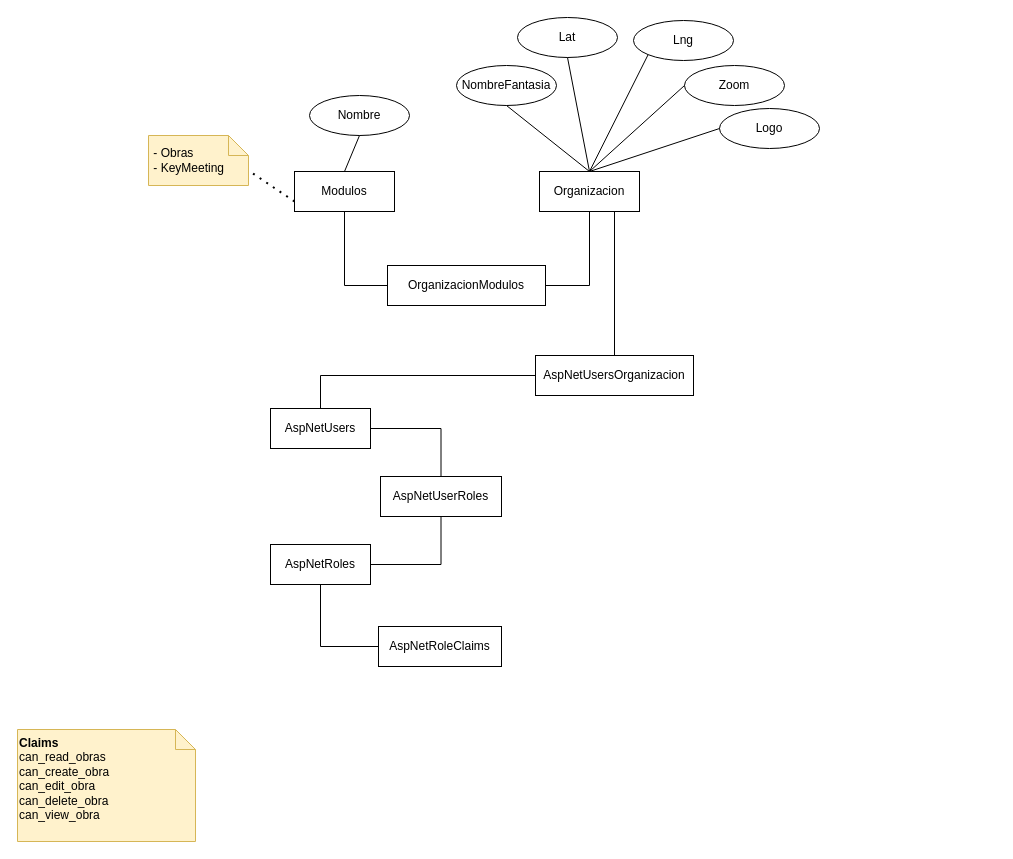
Earlier version of the draw.io diagram Diagrama sin título.drawio (notariopablomarcelo/agata). Source tidied: cells renumbered, new cells numbered last; positions are measured from the earlier drawing's top-left corner, leaving out a move shared by most shapes. Both pictures are drawn from the tidied source at 100%, with x=0, y=0 at pixel (17, 17).
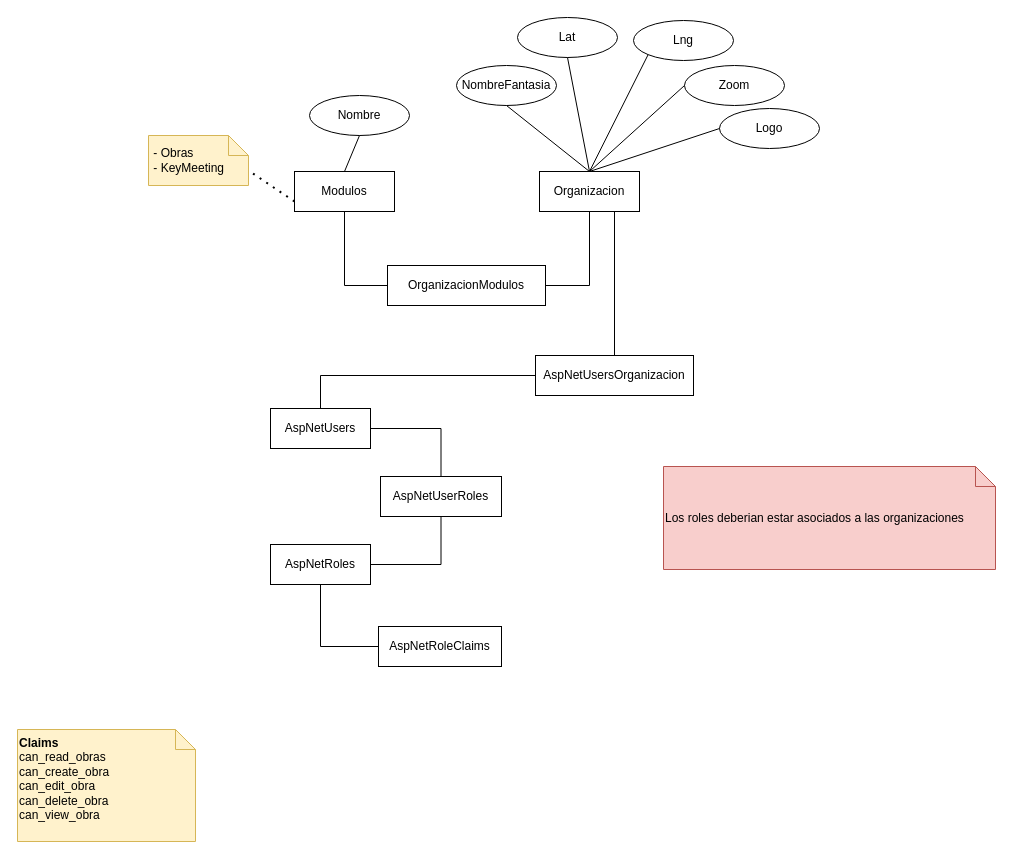
The same page after the edit.

Change to the diagram source:
```diff
@@
+    <mxCell id="32" value="Los roles deberian estar asociados a las organizaciones" style="shape=note;size=20;whiteSpace=wrap;html=1;align=left;fillColor=#f8cecc;strokeColor=#b85450;" parent="1" vertex="1">
+      <mxGeometry x="646" y="449" width="332" height="103" as="geometry" />
+    </mxCell>
```
